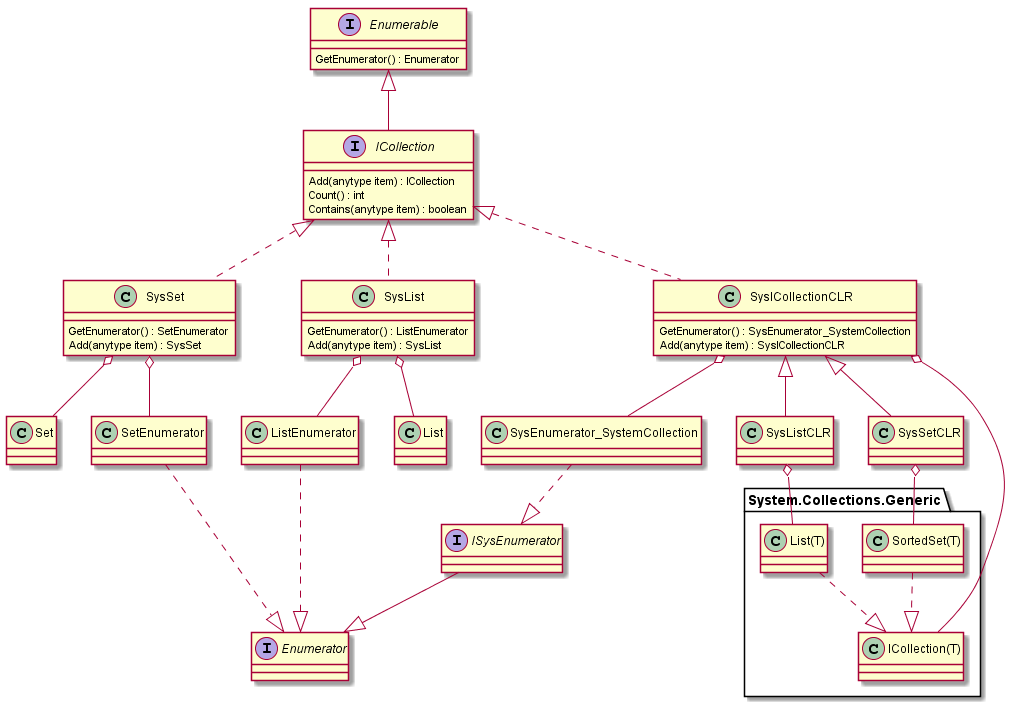
Above: out/schema/ICollection.png in d-tolstov/Ax2009-ICollection (PlantUML), before the change.
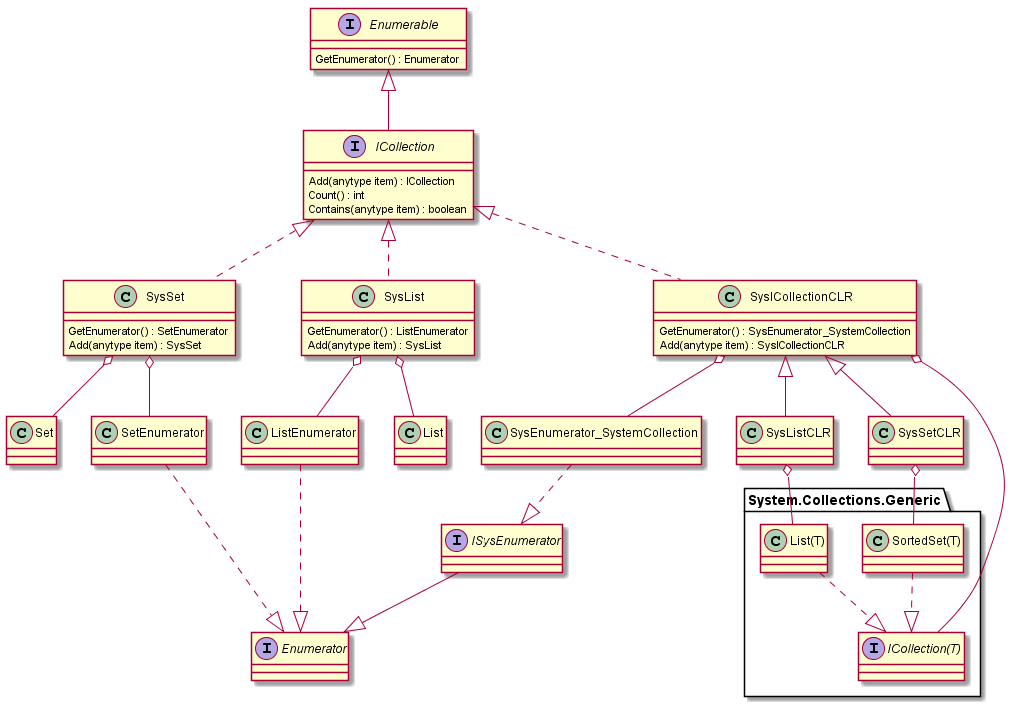
After the commit.

Change to the diagram source:
```diff
@@ -68,6 +68,8 @@
 ISysEnumerator --|> Enumerator
 
 package System.Collections.Generic{
+    interface ICollection(T){
+    }
     SysICollectionCLR o-- "ICollection(T)"
     SysListCLR o-- "List(T)"
     "List(T)" ..|> "ICollection(T)"
```
